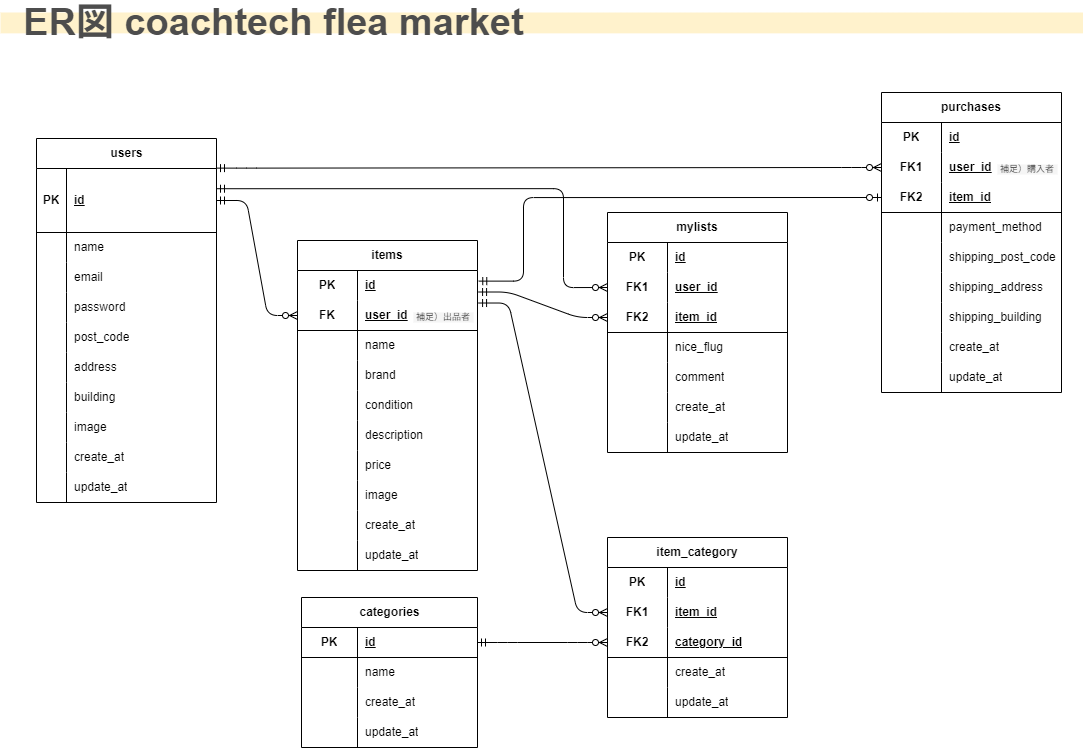
subaru-tm/coachtech-flea-market keeps this draw.io diagram as ERD.drawio.png. Above is the earlier version. Source tidied: cells renumbered, new cells last; positions are measured from the earlier drawing's top-left corner, leaving out a move shared by most shapes.
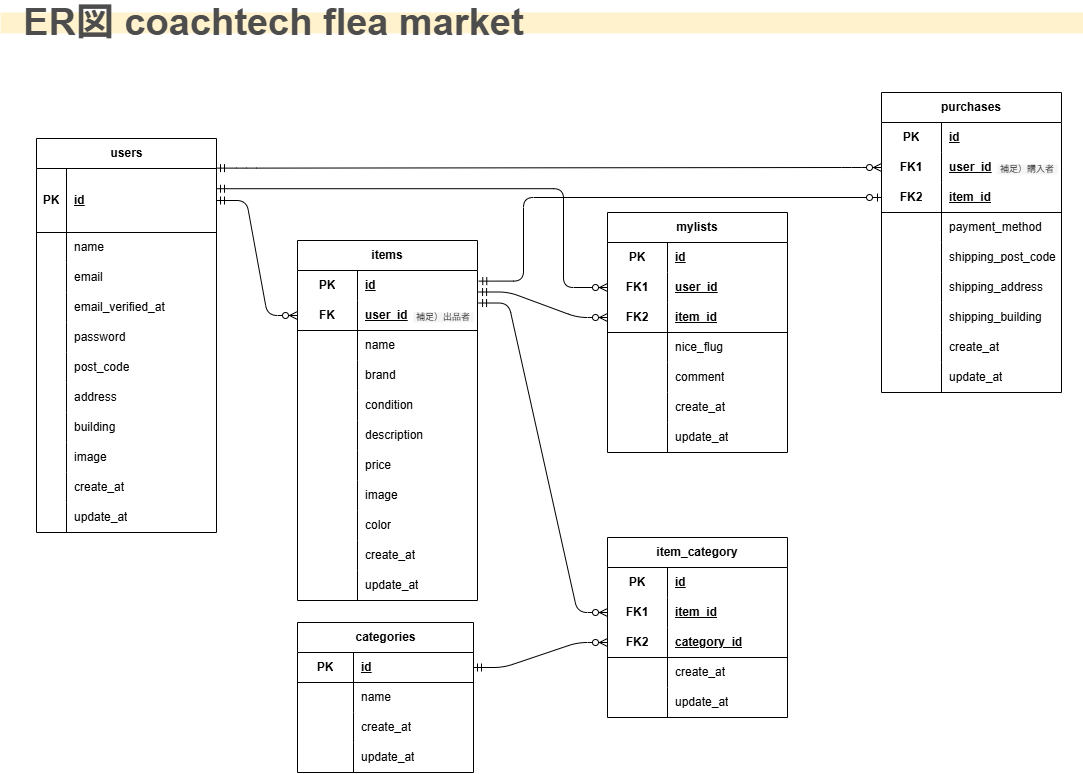
Above is the later version.

Commit message:
プロフィール編集画面での不具合修正

Change to the diagram source:
```diff
@@ -3,7 +3,7 @@
     <mxCell id="0" />
     <mxCell id="1" parent="0" />
     <mxCell id="2" value="users" style="shape=table;startSize=30;rowLines=0;fontStyle=1;align=center;html=1;fillColor=#FFFFFF;" parent="1" vertex="1">
-      <mxGeometry x="36" y="126" width="180" height="364" as="geometry" />
+      <mxGeometry x="36" y="126" width="180" height="394" as="geometry" />
     </mxCell>
     <mxCell id="3" style="shape=tableRow;horizontal=0;startSize=0;swimlaneHead=0;swimlaneBody=0;fillColor=none;points=[[0,0.5],[1,0.5]];portConstraint=eastwest;top=0;left=0;right=0;bottom=1;" parent="2" vertex="1">
       <mxGeometry y="30" width="180" height="64" as="geometry" />
@@ -32,8 +32,17 @@
     <mxCell id="11" value="email" style="shape=partialRectangle;fillColor=none;top=0;left=0;bottom=0;right=0;align=left;spacingLeft=6;overflow=hidden;whiteSpace=wrap;html=1;" parent="9" vertex="1">
       <mxGeometry x="30" width="150" height="30" as="geometry" />
     </mxCell>
+    <mxCell id="155" style="shape=tableRow;horizontal=0;startSize=0;swimlaneHead=0;swimlaneBody=0;fillColor=none;top=0;left=0;right=0;bottom=0;" parent="2" vertex="1">
+      <mxGeometry y="154" width="180" height="30" as="geometry" />
+    </mxCell>
+    <mxCell id="156" style="shape=partialRectangle;fillColor=none;top=0;left=0;bottom=0;right=0;overflow=hidden;whiteSpace=wrap;html=1;" parent="155" vertex="1">
+      <mxGeometry width="30" height="30" as="geometry" />
+    </mxCell>
+    <mxCell id="157" value="email_verified_at" style="shape=partialRectangle;fillColor=none;top=0;left=0;bottom=0;right=0;align=left;spacingLeft=6;overflow=hidden;whiteSpace=wrap;html=1;" parent="155" vertex="1">
+      <mxGeometry x="30" width="150" height="30" as="geometry" />
+    </mxCell>
     <mxCell id="12" style="shape=tableRow;horizontal=0;startSize=0;swimlaneHead=0;swimlaneBody=0;fillColor=none;top=0;left=0;right=0;bottom=0;" parent="2" vertex="1">
-      <mxGeometry y="154" width="180" height="30" as="geometry" />
+      <mxGeometry y="184" width="180" height="30" as="geometry" />
     </mxCell>
     <mxCell id="13" style="shape=partialRectangle;fillColor=none;top=0;left=0;bottom=0;right=0;overflow=hidden;whiteSpace=wrap;html=1;" parent="12" vertex="1">
       <mxGeometry width="30" height="30" as="geometry" />
@@ -42,7 +51,7 @@
       <mxGeometry x="30" width="150" height="30" as="geometry" />
     </mxCell>
     <mxCell id="15" style="shape=tableRow;horizontal=0;startSize=0;swimlaneHead=0;swimlaneBody=0;fillColor=none;top=0;left=0;right=0;bottom=0;" parent="2" vertex="1">
-      <mxGeometry y="184" width="180" height="30" as="geometry" />
+      <mxGeometry y="214" width="180" height="30" as="geometry" />
     </mxCell>
     <mxCell id="16" style="shape=partialRectangle;fillColor=none;top=0;left=0;bottom=0;right=0;overflow=hidden;whiteSpace=wrap;html=1;" parent="15" vertex="1">
       <mxGeometry width="30" height="30" as="geometry" />
@@ -51,7 +60,7 @@
       <mxGeometry x="30" width="150" height="30" as="geometry" />
     </mxCell>
     <mxCell id="18" style="shape=tableRow;horizontal=0;startSize=0;swimlaneHead=0;swimlaneBody=0;fillColor=none;top=0;left=0;right=0;bottom=0;" parent="2" vertex="1">
-      <mxGeometry y="214" width="180" height="30" as="geometry" />
+      <mxGeometry y="244" width="180" height="30" as="geometry" />
     </mxCell>
     <mxCell id="19" style="shape=partialRectangle;fillColor=none;top=0;left=0;bottom=0;right=0;overflow=hidden;whiteSpace=wrap;html=1;" parent="18" vertex="1">
       <mxGeometry width="30" height="30" as="geometry" />
@@ -60,7 +69,7 @@
       <mxGeometry x="30" width="150" height="30" as="geometry" />
     </mxCell>
     <mxCell id="21" style="shape=tableRow;horizontal=0;startSize=0;swimlaneHead=0;swimlaneBody=0;fillColor=none;top=0;left=0;right=0;bottom=0;" parent="2" vertex="1">
-      <mxGeometry y="244" width="180" height="30" as="geometry" />
+      <mxGeometry y="274" width="180" height="30" as="geometry" />
     </mxCell>
     <mxCell id="22" style="shape=partialRectangle;fillColor=none;top=0;left=0;bottom=0;right=0;overflow=hidden;whiteSpace=wrap;html=1;" parent="21" vertex="1">
       <mxGeometry width="30" height="30" as="geometry" />
@@ -69,7 +78,7 @@
       <mxGeometry x="30" width="150" height="30" as="geometry" />
     </mxCell>
     <mxCell id="24" style="shape=tableRow;horizontal=0;startSize=0;swimlaneHead=0;swimlaneBody=0;fillColor=none;top=0;left=0;right=0;bottom=0;" parent="2" vertex="1">
-      <mxGeometry y="274" width="180" height="30" as="geometry" />
+      <mxGeometry y="304" width="180" height="30" as="geometry" />
     </mxCell>
     <mxCell id="25" style="shape=partialRectangle;fillColor=none;top=0;left=0;bottom=0;right=0;overflow=hidden;whiteSpace=wrap;html=1;" parent="24" vertex="1">
       <mxGeometry width="30" height="30" as="geometry" />
@@ -78,7 +87,7 @@
       <mxGeometry x="30" width="150" height="30" as="geometry" />
     </mxCell>
     <mxCell id="27" style="shape=tableRow;horizontal=0;startSize=0;swimlaneHead=0;swimlaneBody=0;fillColor=none;top=0;left=0;right=0;bottom=0;" parent="2" vertex="1">
-      <mxGeometry y="304" width="180" height="30" as="geometry" />
+      <mxGeometry y="334" width="180" height="30" as="geometry" />
     </mxCell>
     <mxCell id="28" style="shape=partialRectangle;fillColor=none;top=0;left=0;bottom=0;right=0;overflow=hidden;whiteSpace=wrap;html=1;" parent="27" vertex="1">
       <mxGeometry width="30" height="30" as="geometry" />
@@ -87,7 +96,7 @@
       <mxGeometry x="30" width="150" height="30" as="geometry" />
     </mxCell>
     <mxCell id="30" style="shape=tableRow;horizontal=0;startSize=0;swimlaneHead=0;swimlaneBody=0;fillColor=none;top=0;left=0;right=0;bottom=0;" parent="2" vertex="1">
-      <mxGeometry y="334" width="180" height="30" as="geometry" />
+      <mxGeometry y="364" width="180" height="30" as="geometry" />
     </mxCell>
     <mxCell id="31" style="shape=partialRectangle;fillColor=none;top=0;left=0;bottom=0;right=0;overflow=hidden;whiteSpace=wrap;html=1;" parent="30" vertex="1">
       <mxGeometry width="30" height="30" as="geometry" />
@@ -96,7 +105,7 @@
       <mxGeometry x="30" width="150" height="30" as="geometry" />
     </mxCell>
     <mxCell id="33" value="items" style="shape=table;startSize=30;rowLines=0;fontStyle=1;align=center;html=1;whiteSpace=wrap;" parent="1" vertex="1">
-      <mxGeometry x="297" y="228" width="180" height="330" as="geometry" />
+      <mxGeometry x="297" y="228" width="180" height="360" as="geometry" />
     </mxCell>
     <mxCell id="34" style="shape=tableRow;horizontal=0;startSize=0;swimlaneHead=0;swimlaneBody=0;fillColor=none;points=[[0,0.5],[1,0.5]];portConstraint=eastwest;top=0;left=0;right=0;bottom=0;html=1;" parent="33" vertex="1">
       <mxGeometry y="30" width="180" height="30" as="geometry" />
@@ -170,8 +179,17 @@
     <mxCell id="57" value="image" style="shape=partialRectangle;fillColor=none;top=0;left=0;bottom=0;right=0;align=left;spacingLeft=6;overflow=hidden;html=1;whiteSpace=wrap;" parent="55" vertex="1">
       <mxGeometry x="60" width="120" height="30" as="geometry" />
     </mxCell>
+    <mxCell id="158" style="shape=tableRow;horizontal=0;startSize=0;swimlaneHead=0;swimlaneBody=0;fillColor=none;top=0;left=0;right=0;bottom=0;html=1;" parent="33" vertex="1">
+      <mxGeometry y="270" width="180" height="30" as="geometry" />
+    </mxCell>
+    <mxCell id="159" style="shape=partialRectangle;fillColor=none;top=0;left=0;bottom=0;right=0;overflow=hidden;html=1;whiteSpace=wrap;" parent="158" vertex="1">
+      <mxGeometry width="60" height="30" as="geometry" />
+    </mxCell>
+    <mxCell id="160" value="color" style="shape=partialRectangle;fillColor=none;top=0;left=0;bottom=0;right=0;align=left;spacingLeft=6;overflow=hidden;html=1;whiteSpace=wrap;" parent="158" vertex="1">
+      <mxGeometry x="60" width="120" height="30" as="geometry" />
+    </mxCell>
     <mxCell id="58" style="shape=tableRow;horizontal=0;startSize=0;swimlaneHead=0;swimlaneBody=0;fillColor=none;top=0;left=0;right=0;bottom=0;html=1;" parent="33" vertex="1">
-      <mxGeometry y="270" width="180" height="30" as="geometry" />
+      <mxGeometry y="300" width="180" height="30" as="geometry" />
     </mxCell>
     <mxCell id="59" style="shape=partialRectangle;fillColor=none;top=0;left=0;bottom=0;right=0;overflow=hidden;html=1;whiteSpace=wrap;" parent="58" vertex="1">
       <mxGeometry width="60" height="30" as="geometry" />
@@ -180,7 +198,7 @@
       <mxGeometry x="60" width="120" height="30" as="geometry" />
     </mxCell>
     <mxCell id="61" style="shape=tableRow;horizontal=0;startSize=0;swimlaneHead=0;swimlaneBody=0;fillColor=none;top=0;left=0;right=0;bottom=0;html=1;" parent="33" vertex="1">
-      <mxGeometry y="300" width="180" height="30" as="geometry" />
+      <mxGeometry y="330" width="180" height="30" as="geometry" />
     </mxCell>
     <mxCell id="62" style="shape=partialRectangle;fillColor=none;top=0;left=0;bottom=0;right=0;overflow=hidden;html=1;whiteSpace=wrap;" parent="61" vertex="1">
       <mxGeometry width="60" height="30" as="geometry" />
@@ -191,13 +209,6 @@
     <mxCell id="64" value="補足）&lt;span style=&quot;background-color: transparent;&quot;&gt;出品者&lt;/span&gt;" style="text;html=1;align=center;verticalAlign=middle;whiteSpace=wrap;rounded=0;fillColor=#f5f5f5;fontColor=#333333;strokeColor=none;fontSize=9;" parent="1" vertex="1">
       <mxGeometry x="413" y="300" width="60" height="10" as="geometry" />
     </mxCell>
-    <mxCell id="65" style="edgeStyle=entityRelationEdgeStyle;fontSize=12;html=1;endArrow=ERzeroToMany;startArrow=ERmandOne;exitX=1;exitY=0.5;exitDx=0;exitDy=0;entryX=0;entryY=0.5;entryDx=0;entryDy=0;" parent="1" edge="1" source="3" target="x">
-      <mxGeometry relative="1" as="geometry">
-        <Array as="points">
-          <mxPoint x="6" y="208" />
-        </Array>
-      </mxGeometry>
-    </mxCell>
     <mxCell id="66" style="fontSize=12;html=1;endArrow=ERzeroToMany;startArrow=ERmandOne;entryX=0;entryY=0.5;entryDx=0;entryDy=0;edgeStyle=entityRelationEdgeStyle;exitX=1;exitY=-0.006;exitDx=0;exitDy=0;exitPerimeter=0;" parent="1" edge="1" source="3" target="130">
       <mxGeometry relative="1" as="geometry" />
     </mxCell>
@@ -278,16 +289,8 @@
     <mxCell id="90" style="edgeStyle=entityRelationEdgeStyle;fontSize=12;html=1;endArrow=ERzeroToMany;startArrow=ERmandOne;entryX=0;entryY=0.5;entryDx=0;entryDy=0;exitX=1.006;exitY=0.717;exitDx=0;exitDy=0;exitPerimeter=0;" parent="1" edge="1" source="34" target="74">
       <mxGeometry relative="1" as="geometry" />
     </mxCell>
-    <mxCell id="91" style="fontSize=12;html=1;endArrow=ERzeroToOne;startArrow=ERmandOne;entryX=1;entryY=0.5;entryDx=0;entryDy=0;edgeStyle=orthogonalEdgeStyle;exitX=0.988;exitY=-0.074;exitDx=0;exitDy=0;exitPerimeter=0;" parent="1" edge="1" source="x" target="133">
-      <mxGeometry relative="1" as="geometry">
-        <Array as="points">
-          <mxPoint x="723" y="193" />
-          <mxPoint x="723" y="555" />
-        </Array>
-      </mxGeometry>
-    </mxCell>
     <mxCell id="92" value="categories" style="shape=table;startSize=30;rowLines=0;fontStyle=1;align=center;html=1;" parent="1" vertex="1">
-      <mxGeometry x="301" y="585" width="176" height="150" as="geometry" />
+      <mxGeometry x="297" y="610" width="176" height="150" as="geometry" />
     </mxCell>
     <mxCell id="93" style="shape=tableRow;horizontal=0;startSize=0;swimlaneHead=0;swimlaneBody=0;fillColor=none;points=[[0,0.5],[1,0.5]];portConstraint=eastwest;top=0;left=0;right=0;bottom=1;" parent="92" vertex="1">
       <mxGeometry y="30" width="176" height="30" as="geometry" />
```
